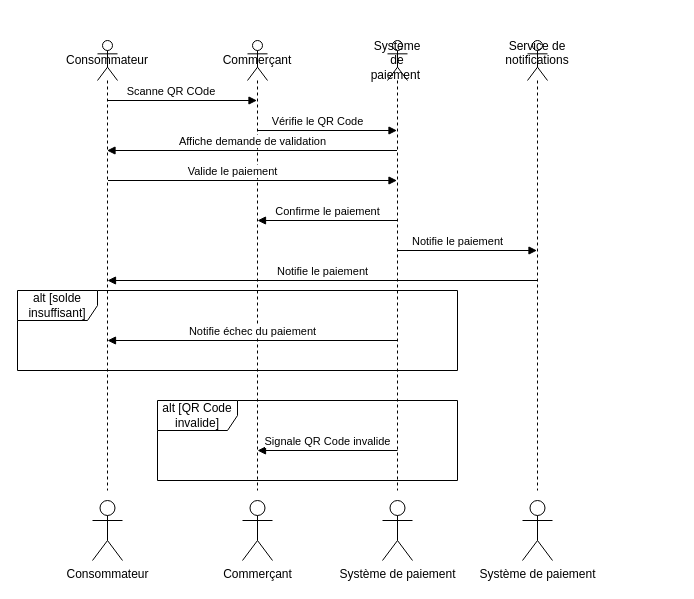
The draw.io diagram Diagramme_de_séquence_Paiement_par_QR_Code.drawio in msisitr/aventix-design, before the edit. Source tidied: cells renumbered, new cells numbered last; positions are measured from the earlier drawing's top-left corner, leaving out a move shared by most shapes. Both pictures are drawn from the tidied source at 100%, with x=0, y=0 at pixel (17, 40).
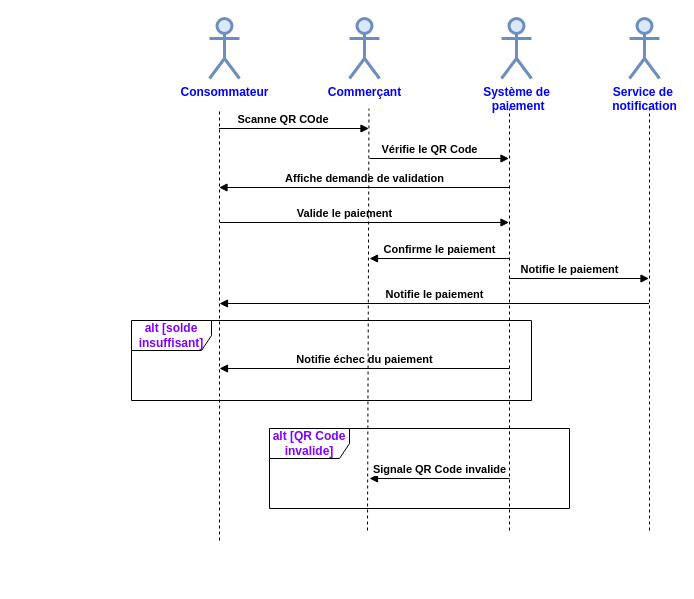
Above is the later version.

Commit message:
Mettre à jour Diagramme_de_séquence_Paiement_par_QR_Code.drawio

Diff of the diagram source:
```diff
@@
-    <mxCell id="2" value="Consommateur" style="shape=umlLifeline;perimeter=lifelinePerimeter;whiteSpace=wrap;html=1;outlineConnect=0;portConstraint=eastwest;newEdgeStyle={&quot;curved&quot;:0,&quot;rounded&quot;:0};participant=umlActor;" parent="1" vertex="1">
-      <mxGeometry x="80" width="20" height="450" as="geometry" />
-    </mxCell>
-    <mxCell id="3" value="Commerçant" style="shape=umlLifeline;perimeter=lifelinePerimeter;whiteSpace=wrap;html=1;newEdgeStyle={&quot;curved&quot;:0,&quot;rounded&quot;:0};participant=umlActor;" parent="1" vertex="1">
-      <mxGeometry x="230" width="20" height="450" as="geometry" />
-    </mxCell>
-    <mxCell id="4" value="Système de paiement&amp;nbsp;" style="shape=umlLifeline;perimeter=lifelinePerimeter;whiteSpace=wrap;html=1;outlineConnect=0;portConstraint=eastwest;newEdgeStyle={&quot;curved&quot;:0,&quot;rounded&quot;:0};participant=umlActor;" parent="1" vertex="1">
-      <mxGeometry x="370" width="20" height="450" as="geometry" />
-    </mxCell>
-    <mxCell id="5" value="Service de notifications&lt;div&gt;&lt;br&gt;&lt;/div&gt;" style="shape=umlLifeline;perimeter=lifelinePerimeter;whiteSpace=wrap;html=1;outlineConnect=0;portConstraint=eastwest;newEdgeStyle={&quot;curved&quot;:0,&quot;rounded&quot;:0};participant=umlActor;" parent="1" vertex="1">
-      <mxGeometry x="510" width="20" height="450" as="geometry" />
-    </mxCell>
-    <mxCell id="6" value="Scanne QR COde&amp;nbsp;" style="html=1;verticalAlign=bottom;endArrow=block;curved=0;rounded=0;" parent="1" edge="1" source="2">
+    <mxCell id="6" value="Scanne QR COde&amp;nbsp;" style="html=1;verticalAlign=bottom;endArrow=block;curved=0;rounded=0;fontStyle=1;" parent="1" edge="1">
       <mxGeometry x="-0.14" relative="1" as="geometry">
-        <mxPoint x="239.5" y="60" as="targetPoint" />
+        <mxPoint x="201.5" y="88" as="sourcePoint" />
+        <mxPoint x="351.5" y="88" as="targetPoint" />
       </mxGeometry>
     </mxCell>
-    <mxCell id="7" value="Vérifie le QR Code" style="html=1;verticalAlign=bottom;endArrow=block;curved=0;rounded=0;" parent="1" edge="1">
+    <mxCell id="7" value="Vérifie le QR Code" style="html=1;verticalAlign=bottom;endArrow=block;curved=0;rounded=0;fontStyle=1;" parent="1" edge="1">
       <mxGeometry x="-0.14" relative="1" as="geometry">
-        <mxPoint x="240" y="90" as="sourcePoint" />
-        <mxPoint x="379.5" y="90" as="targetPoint" />
+        <mxPoint x="352" y="118" as="sourcePoint" />
+        <mxPoint x="491.5" y="118" as="targetPoint" />
       </mxGeometry>
     </mxCell>
-    <mxCell id="8" value="Affiche demande de validation" style="html=1;verticalAlign=bottom;endArrow=block;curved=0;rounded=0;" parent="1" edge="1">
+    <mxCell id="8" value="Affiche demande de validation" style="html=1;verticalAlign=bottom;endArrow=block;curved=0;rounded=0;fontStyle=1;" parent="1" edge="1">
       <mxGeometry relative="1" as="geometry">
-        <mxPoint x="379.5" y="110" as="sourcePoint" />
-        <mxPoint x="89.5" y="110" as="targetPoint" />
+        <mxPoint x="491.5" y="147" as="sourcePoint" />
+        <mxPoint x="201.5" y="147" as="targetPoint" />
       </mxGeometry>
     </mxCell>
-    <mxCell id="9" value="Valide le paiement" style="html=1;verticalAlign=bottom;endArrow=block;curved=0;rounded=0;" parent="1" edge="1" target="4">
+    <mxCell id="9" value="Valide le paiement" style="html=1;verticalAlign=bottom;endArrow=block;curved=0;rounded=0;fontStyle=1;" parent="1" edge="1">
       <mxGeometry x="-0.14" relative="1" as="geometry">
-        <mxPoint x="90.5" y="140" as="sourcePoint" />
+        <mxPoint x="202.5" y="182" as="sourcePoint" />
+        <mxPoint x="491.5" y="182" as="targetPoint" />
       </mxGeometry>
     </mxCell>
-    <mxCell id="10" value="Confirme le paiement" style="html=1;verticalAlign=bottom;endArrow=block;curved=0;rounded=0;" parent="1" edge="1">
+    <mxCell id="10" value="Confirme le paiement" style="html=1;verticalAlign=bottom;endArrow=block;curved=0;rounded=0;fontStyle=1;" parent="1" edge="1">
       <mxGeometry relative="1" as="geometry">
-        <mxPoint x="380" y="180" as="sourcePoint" />
-        <mxPoint x="240" y="180" as="targetPoint" />
+        <mxPoint x="492" y="218" as="sourcePoint" />
+        <mxPoint x="352" y="218" as="targetPoint" />
       </mxGeometry>
     </mxCell>
-    <mxCell id="11" value="Notifie le paiement" style="html=1;verticalAlign=bottom;endArrow=block;curved=0;rounded=0;" parent="1" edge="1">
+    <mxCell id="11" value="Notifie le paiement" style="html=1;verticalAlign=bottom;endArrow=block;curved=0;rounded=0;fontStyle=1;" parent="1" edge="1">
       <mxGeometry x="-0.14" relative="1" as="geometry">
-        <mxPoint x="380" y="210" as="sourcePoint" />
-        <mxPoint x="519.5" y="210" as="targetPoint" />
+        <mxPoint x="492" y="238" as="sourcePoint" />
+        <mxPoint x="631.5" y="238" as="targetPoint" />
       </mxGeometry>
     </mxCell>
-    <mxCell id="12" value="Notifie le paiement" style="html=1;verticalAlign=bottom;endArrow=block;curved=0;rounded=0;" parent="1" edge="1" source="5">
+    <mxCell id="12" value="Notifie le paiement" style="html=1;verticalAlign=bottom;endArrow=block;curved=0;rounded=0;fontStyle=1;" parent="1" edge="1">
       <mxGeometry relative="1" as="geometry">
-        <mxPoint x="90" y="240" as="targetPoint" />
+        <mxPoint x="631.5" y="263" as="sourcePoint" />
+        <mxPoint x="202" y="263" as="targetPoint" />
       </mxGeometry>
     </mxCell>
-    <mxCell id="13" value="alt [solde insuffisant]" style="shape=umlFrame;whiteSpace=wrap;html=1;width=80;height=30;" parent="1" vertex="1">
-      <mxGeometry y="250" width="440" height="80" as="geometry" />
+    <mxCell id="13" value="alt [solde insuffisant]" style="shape=umlFrame;whiteSpace=wrap;html=1;width=80;height=30;fontStyle=1;fontColor=light-dark(#8000ff, #ededed);" parent="1" vertex="1">
+      <mxGeometry x="114" y="280" width="400" height="80" as="geometry" />
     </mxCell>
-    <mxCell id="14" value="Notifie échec du paiement" style="html=1;verticalAlign=bottom;endArrow=block;curved=0;rounded=0;" parent="1" edge="1">
+    <mxCell id="14" value="Notifie échec du paiement" style="html=1;verticalAlign=bottom;endArrow=block;curved=0;rounded=0;fontStyle=1;" parent="1" edge="1">
       <mxGeometry relative="1" as="geometry">
-        <mxPoint x="380" y="300" as="sourcePoint" />
-        <mxPoint x="90" y="300" as="targetPoint" />
+        <mxPoint x="492" y="328" as="sourcePoint" />
+        <mxPoint x="202" y="328" as="targetPoint" />
       </mxGeometry>
     </mxCell>
-    <mxCell id="15" value="alt [QR Code invalide]" style="shape=umlFrame;whiteSpace=wrap;html=1;width=80;height=30;" parent="1" vertex="1">
-      <mxGeometry x="140" y="360" width="300" height="80" as="geometry" />
+    <mxCell id="15" value="alt [QR Code invalide]" style="shape=umlFrame;whiteSpace=wrap;html=1;width=80;height=30;fontStyle=1;fontColor=light-dark(#8000ff, #ededed);" parent="1" vertex="1">
+      <mxGeometry x="252" y="388" width="300" height="80" as="geometry" />
     </mxCell>
-    <mxCell id="16" value="Signale QR Code invalide" style="html=1;verticalAlign=bottom;endArrow=block;curved=0;rounded=0;" parent="1" edge="1">
+    <mxCell id="16" value="Signale QR Code invalide" style="html=1;verticalAlign=bottom;endArrow=block;curved=0;rounded=0;fontStyle=1;" parent="1" edge="1">
       <mxGeometry relative="1" as="geometry">
-        <mxPoint x="380" y="410" as="sourcePoint" />
-        <mxPoint x="240" y="410" as="targetPoint" />
+        <mxPoint x="492" y="438" as="sourcePoint" />
+        <mxPoint x="352" y="438" as="targetPoint" />
       </mxGeometry>
     </mxCell>
-    <mxCell id="17" value="Consommateur" style="shape=umlActor;verticalLabelPosition=bottom;verticalAlign=top;html=1;" parent="1" vertex="1">
-      <mxGeometry x="75" y="460" width="30" height="60" as="geometry" />
+    <mxCell id="17" value="Consommateur" style="shape=umlActor;verticalLabelPosition=bottom;verticalAlign=top;html=1;fillColor=#dae8fc;strokeColor=#6c8ebf;strokeWidth=3;fontStyle=1;fontColor=light-dark(#0000ff, #ededed);" parent="1" vertex="1">
+      <mxGeometry x="192" y="-22" width="30" height="60" as="geometry" />
     </mxCell>
-    <mxCell id="18" value="Commerçant" style="shape=umlActor;verticalLabelPosition=bottom;verticalAlign=top;html=1;" parent="1" vertex="1">
-      <mxGeometry x="225" y="460" width="30" height="60" as="geometry" />
+    <mxCell id="18" value="Commerçant" style="shape=umlActor;verticalLabelPosition=bottom;verticalAlign=top;html=1;fillColor=#dae8fc;strokeColor=#6c8ebf;strokeWidth=3;fontStyle=1;fontColor=light-dark(#0000ff, #ededed);" parent="1" vertex="1">
+      <mxGeometry x="332" y="-22" width="30" height="60" as="geometry" />
     </mxCell>
-    <mxCell id="19" value="Système de paiement" style="shape=umlActor;verticalLabelPosition=bottom;verticalAlign=top;html=1;" parent="1" vertex="1">
-      <mxGeometry x="365" y="460" width="30" height="60" as="geometry" />
+    <mxCell id="19" value="&lt;div&gt;Système de&lt;/div&gt;&lt;div&gt;&amp;nbsp;paiement&lt;/div&gt;" style="shape=umlActor;verticalLabelPosition=bottom;verticalAlign=top;html=1;fillColor=#dae8fc;strokeColor=#6c8ebf;fontStyle=1;strokeWidth=3;fontColor=light-dark(#0000ff, #ededed);" parent="1" vertex="1">
+      <mxGeometry x="484" y="-22" width="30" height="60" as="geometry" />
     </mxCell>
-    <mxCell id="20" value="Système de paiement" style="shape=umlActor;verticalLabelPosition=bottom;verticalAlign=top;html=1;" parent="1" vertex="1">
-      <mxGeometry x="505" y="460" width="30" height="60" as="geometry" />
+    <mxCell id="20" value="&lt;div&gt;Service de&amp;nbsp;&lt;/div&gt;&lt;div&gt;notification&lt;/div&gt;" style="shape=umlActor;verticalLabelPosition=bottom;verticalAlign=top;html=1;fillColor=#dae8fc;strokeColor=#6c8ebf;strokeWidth=3;fontStyle=1;fontColor=light-dark(#0000ff, #ededed);" parent="1" vertex="1">
+      <mxGeometry x="612" y="-22" width="30" height="60" as="geometry" />
     </mxCell>
+    <mxCell id="21" style="endArrow=none;dashed=1;html=1;rounded=0;fontStyle=1;" parent="1" edge="1">
+      <mxGeometry relative="1" as="geometry">
+        <mxPoint x="492" y="490" as="sourcePoint" />
+        <mxPoint x="492" y="68" as="targetPoint" />
+      </mxGeometry>
+    </mxCell>
+    <mxCell id="22" style="endArrow=none;dashed=1;html=1;rounded=0;fontStyle=1;" parent="1" edge="1">
+      <mxGeometry relative="1" as="geometry">
+        <mxPoint x="632" y="490" as="sourcePoint" />
+        <mxPoint x="632" y="68" as="targetPoint" />
+      </mxGeometry>
+    </mxCell>
+    <mxCell id="23" style="endArrow=none;dashed=1;html=1;rounded=0;fontStyle=1;" parent="1" edge="1">
+      <mxGeometry relative="1" as="geometry">
+        <mxPoint x="350" y="490" as="sourcePoint" />
+        <mxPoint x="351.5" y="68" as="targetPoint" />
+      </mxGeometry>
+    </mxCell>
+    <mxCell id="24" style="endArrow=none;dashed=1;html=1;rounded=0;fontStyle=1;" parent="1" edge="1">
+      <mxGeometry relative="1" as="geometry">
+        <mxPoint x="202" y="500" as="sourcePoint" />
+        <mxPoint x="202" y="68" as="targetPoint" />
+      </mxGeometry>
+    </mxCell>
```
